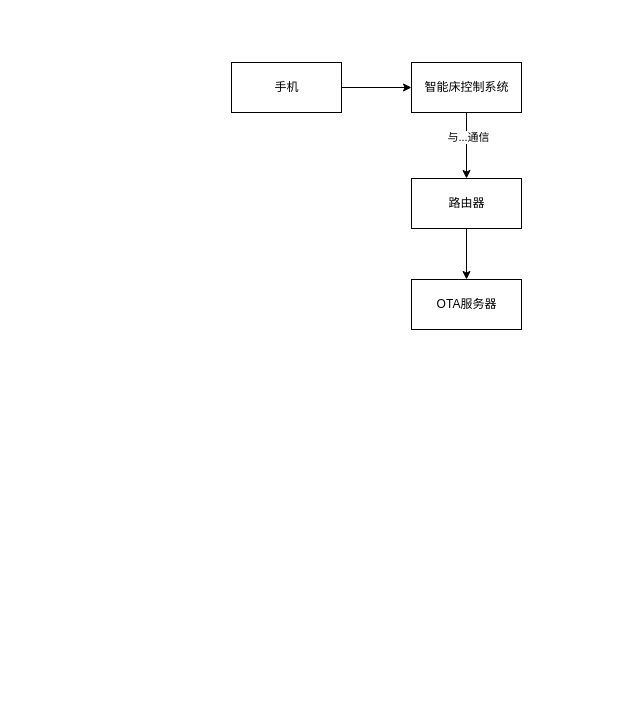
Before: sb_ota.drawio in jasonactions/graph, a draw.io diagram. Source tidied: cells renumbered, new cells numbered last; positions are measured from the earlier drawing's top-left corner, leaving out a move shared by most shapes. Both pictures are drawn from the tidied source at 100%, with x=0, y=0 at pixel (231, 62).
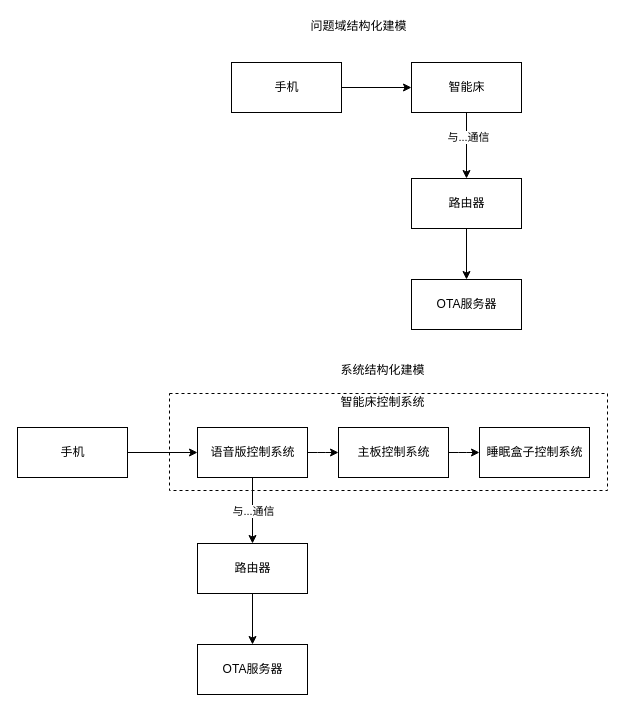
After the change.

Unchanged cells that the change refers to:
```xml
<mxCell id="5" value="OTA服务器" style="html=1;" parent="1" vertex="1">
  <mxGeometry x="180" y="217" width="110" height="50" as="geometry" />
</mxCell>
<mxCell id="7" value="路由器" style="html=1;" parent="1" vertex="1">
  <mxGeometry x="180" y="116" width="110" height="50" as="geometry" />
</mxCell>
```

Change to the diagram source:
```diff
@@
+    <mxCell id="10" style="rounded=0;whiteSpace=wrap;html=1;dashed=1;" parent="1" vertex="1">
+      <mxGeometry x="-62" y="331" width="438" height="97" as="geometry" />
+    </mxCell>
@@
-    <mxCell id="4" value="智能床控制系统" style="html=1;" parent="1" vertex="1">
+    <mxCell id="4" value="智能床" style="html=1;" parent="1" vertex="1">
       <mxGeometry x="180" width="110" height="50" as="geometry" />
     </mxCell>
@@
-    <mxCell id="6" style="edgeStyle=orthogonalEdgeStyle;rounded=1;jettySize=auto;html=1;entryX=0.5;entryY=0;entryDx=0;entryDy=0;" parent="1" edge="1" source="7" target="5">
+    <mxCell id="6" style="edgeStyle=orthogonalEdgeStyle;rounded=0;jettySize=auto;html=1;entryX=0.5;entryY=0;entryDx=0;entryDy=0;" parent="1" edge="1" source="7" target="5">
       <mxGeometry relative="1" as="geometry" />
     </mxCell>
@@
+    <mxCell id="11" value="问题域结构化建模" style="text;html=1;align=center;verticalAlign=middle;strokeColor=none;fillColor=none;" parent="1" vertex="1">
+      <mxGeometry x="74" y="-45" width="106" height="18" as="geometry" />
+    </mxCell>
+    <mxCell id="12" style="edgeStyle=orthogonalEdgeStyle;rounded=0;jettySize=auto;html=1;entryX=0.5;entryY=0;entryDx=0;entryDy=0;" parent="1" edge="1" source="15" target="18">
+      <mxGeometry relative="1" as="geometry" />
+    </mxCell>
+    <mxCell id="13" value="与...通信" style="edgeLabel;html=1;align=center;verticalAlign=middle;" parent="12" vertex="1">
+      <mxGeometry x="-0.27" y="1" relative="1" as="geometry">
+        <mxPoint x="-1" y="9" as="offset" />
+      </mxGeometry>
+    </mxCell>
+    <mxCell id="14" style="edgeStyle=orthogonalEdgeStyle;rounded=1;jettySize=auto;html=1;" parent="1" edge="1" source="15" target="23">
+      <mxGeometry relative="1" as="geometry" />
+    </mxCell>
+    <mxCell id="15" value="语音版控制系统" style="html=1;" parent="1" vertex="1">
+      <mxGeometry x="-34" y="365" width="110" height="50" as="geometry" />
+    </mxCell>
+    <mxCell id="16" value="OTA服务器" style="html=1;" parent="1" vertex="1">
+      <mxGeometry x="-34" y="582" width="110" height="50" as="geometry" />
+    </mxCell>
+    <mxCell id="17" style="edgeStyle=orthogonalEdgeStyle;rounded=0;jettySize=auto;html=1;entryX=0.5;entryY=0;entryDx=0;entryDy=0;" parent="1" edge="1" source="18" target="16">
+      <mxGeometry relative="1" as="geometry" />
+    </mxCell>
+    <mxCell id="18" value="路由器" style="html=1;" parent="1" vertex="1">
+      <mxGeometry x="-34" y="481" width="110" height="50" as="geometry" />
+    </mxCell>
+    <mxCell id="19" style="edgeStyle=orthogonalEdgeStyle;rounded=0;jettySize=auto;html=1;entryX=0;entryY=0.5;entryDx=0;entryDy=0;" parent="1" edge="1" source="20" target="15">
+      <mxGeometry relative="1" as="geometry" />
+    </mxCell>
+    <mxCell id="20" value="手机" style="html=1;" parent="1" vertex="1">
+      <mxGeometry x="-214" y="365" width="110" height="50" as="geometry" />
+    </mxCell>
+    <mxCell id="21" value="系统结构化建模" style="text;html=1;align=center;verticalAlign=middle;strokeColor=none;fillColor=none;" parent="1" vertex="1">
+      <mxGeometry x="104" y="299" width="94" height="18" as="geometry" />
+    </mxCell>
+    <mxCell id="22" style="edgeStyle=orthogonalEdgeStyle;rounded=1;jettySize=auto;html=1;" parent="1" edge="1" source="23" target="24">
+      <mxGeometry relative="1" as="geometry" />
+    </mxCell>
+    <mxCell id="23" value="主板控制系统" style="html=1;" parent="1" vertex="1">
+      <mxGeometry x="107" y="365" width="110" height="50" as="geometry" />
+    </mxCell>
+    <mxCell id="24" value="睡眠盒子控制系统" style="html=1;" parent="1" vertex="1">
+      <mxGeometry x="248" y="365" width="110" height="50" as="geometry" />
+    </mxCell>
+    <mxCell id="25" value="智能床控制系统" style="text;html=1;align=center;verticalAlign=middle;strokeColor=none;fillColor=none;" parent="1" vertex="1">
+      <mxGeometry x="104" y="331" width="94" height="18" as="geometry" />
+    </mxCell>
```
